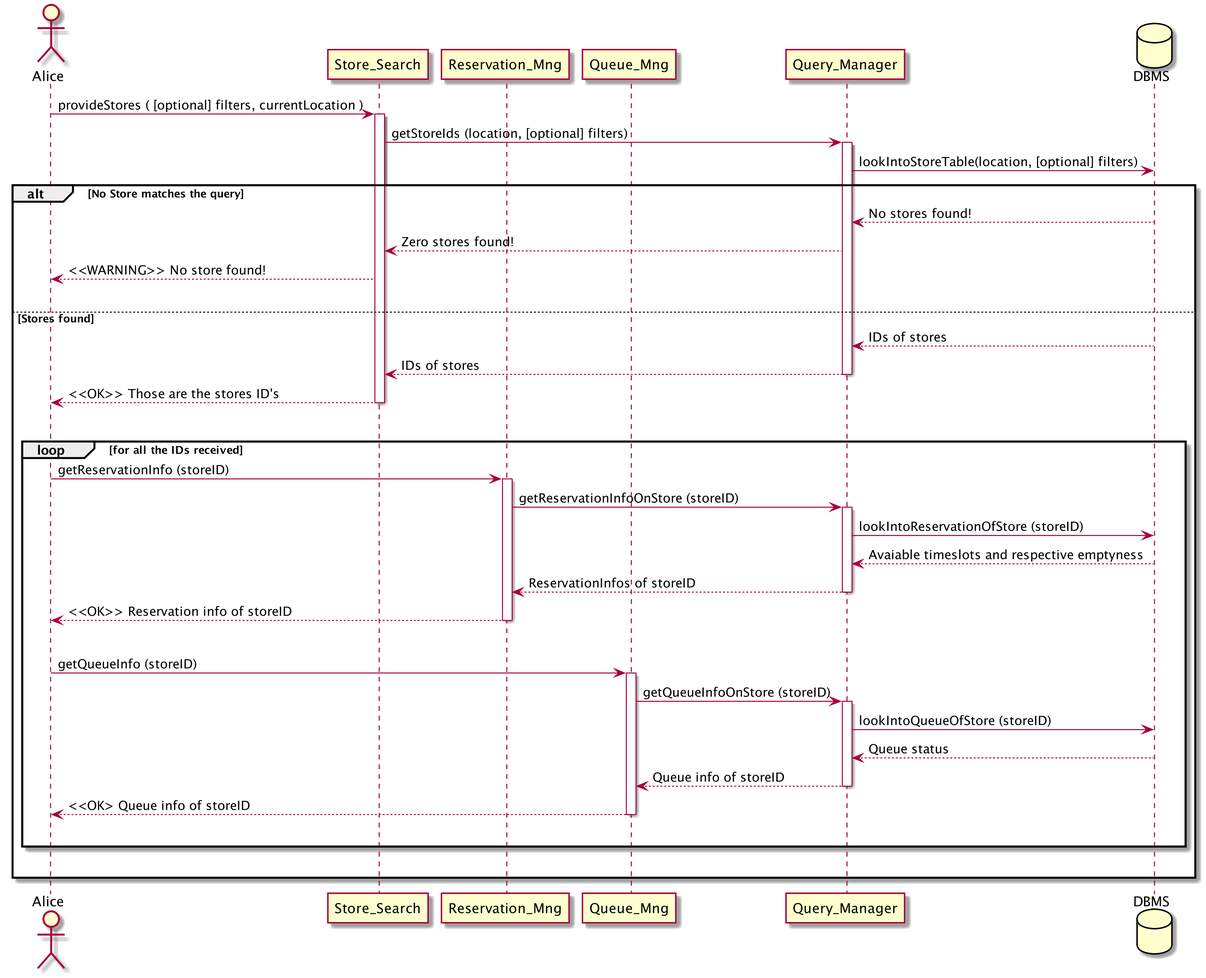
The PlantUML diagram DD/uml/seq_search_store.png in andreafra/Software-Engineering-2-Project-2021, before a commit. Its source is kept beside it as DD/uml/seq_search_store.puml.
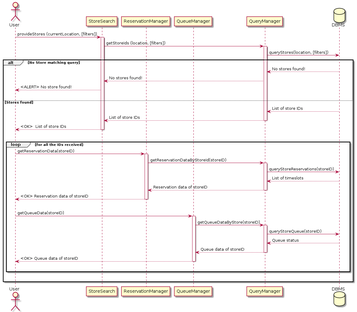
The same diagram one commit later.

Commit message:
Edit Runtime View diagrams + new join queue/make reservation diagram

What changed in the source:
```diff
@@ -1,61 +1,55 @@
-@startuml seq_search_store
+@startuml seq_join_queue
 
-skinparam {
-   dpi 300
-}
-
-actor Alice as a
-participant Store_Search as ss
-participant Reservation_Mng as rm
-participant Queue_Mng as queue
-participant Query_Manager as qm
+actor User as a
+participant StoreSearch as ss
+participant ReservationManager as rm
+participant QueueManager as queue
+participant QueryManager as qm
 database DBMS as db
 
-a -> ss : provideStores ( [optional] filters, currentLocation )
+a -> ss : provideStores (currentLocation, [filters])
 activate ss
-ss -> qm : getStoreIds (location, [optional] filters)
+ss -> qm : getStoreIds (location, [filters])
 activate qm
-qm -> db : lookIntoStoreTable(location, [optional] filters)
+qm -> db : queryStores(location, [filters])
 
-alt No Store matches the query
+alt No Store matching query
     db --> qm : No stores found!
-    qm --> ss : Zero stores found!
-    ss --> a  : <<WARNING>> No store found!
+    qm --> ss : No stores found!
+    ss --> a  : <ALERT> No store found!
     |||
 else Stores found
-    db --> qm : IDs of stores
-    qm --> ss : IDs of stores
+    db --> qm : List of store IDs
+    qm --> ss : List of store IDs
     deactivate qm
-    ss --> a : <<OK>> Those are the stores ID's
+    ss --> a : <OK>  List of store IDs
     deactivate ss
     |||
     loop for all the IDs received
-        a->rm : getReservationInfo (storeID)
+        a->rm : getReservationData(storeID)
         activate rm
-        rm -> qm : getReservationInfoOnStore (storeID)
+        rm -> qm : getReservationDataByStoreId(storeID)
         activate qm
-        qm -> db : lookIntoReservationOfStore (storeID)
-        db --> qm : Avaiable timeslots and respective emptyness
-        qm --> rm : ReservationInfos of storeID
+        qm -> db : queryStoreReservations(storeID)
+        db --> qm : List of timeslots
+        qm --> rm : Reservation data of storeID
         deactivate qm
-        rm --> a : <<OK>> Reservation info of storeID
+        rm --> a : <OK> Reservation data of storeID
         deactivate rm
         |||
-        a-> queue : getQueueInfo (storeID)
+        a-> queue : getQueueData(storeID)
         activate queue
-        queue -> qm : getQueueInfoOnStore (storeID)
+        queue -> qm : getQueueDataByStore(storeID)
         activate qm
-        qm -> db : lookIntoQueueOfStore (storeID)
+        qm -> db : queryStoreQueue(storeID)
         db --> qm : Queue status
-        qm --> queue : Queue info of storeID
+        qm --> queue : Queue data of storeID
         deactivate qm
-        queue --> a : <<OK> Queue info of storeID
+        queue --> a : <OK> Queue data of storeID
         deactivate queue
         |||
     end
     |||
 end
 
-
-
 @enduml
```
